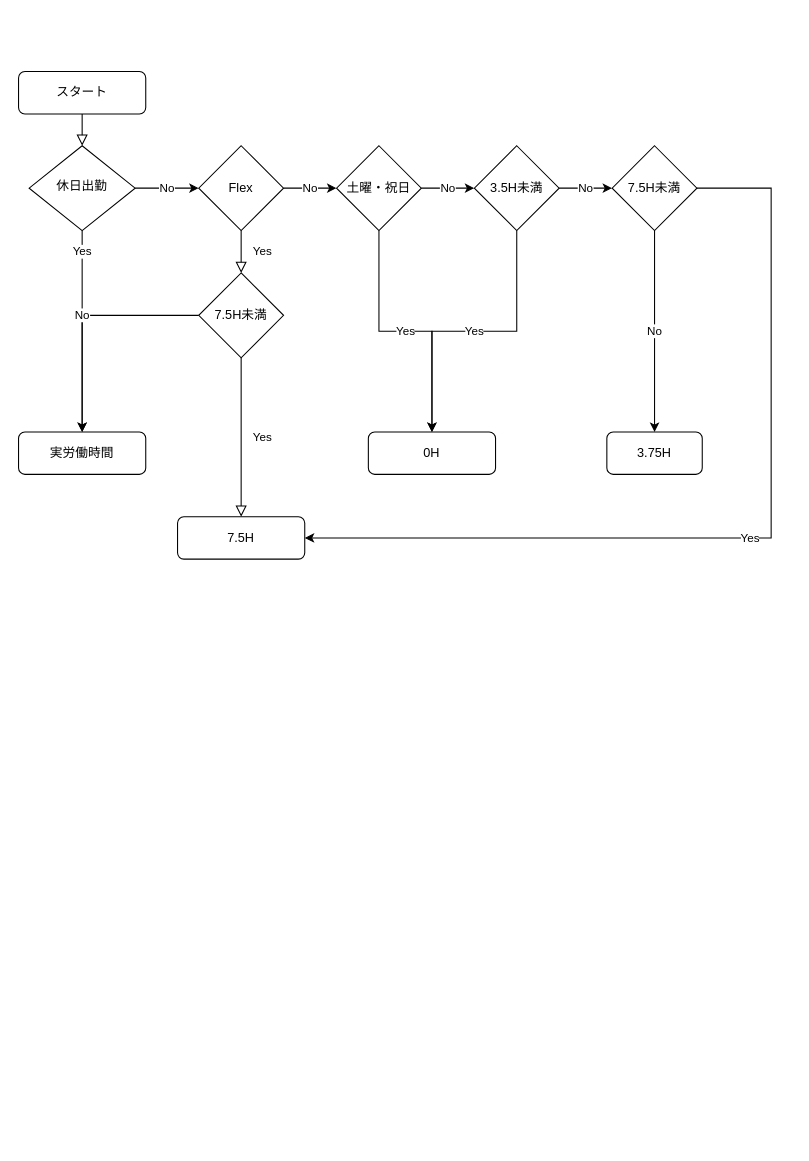
Before: 代休.drawio in o5om3-san/first-git, a draw.io diagram. Source tidied: cells renumbered, new cells numbered last; positions are measured from the earlier drawing's top-left corner, leaving out a move shared by most shapes. Both pictures are drawn from the tidied source at 106%, with x=0, y=0 at pixel (18, 71).
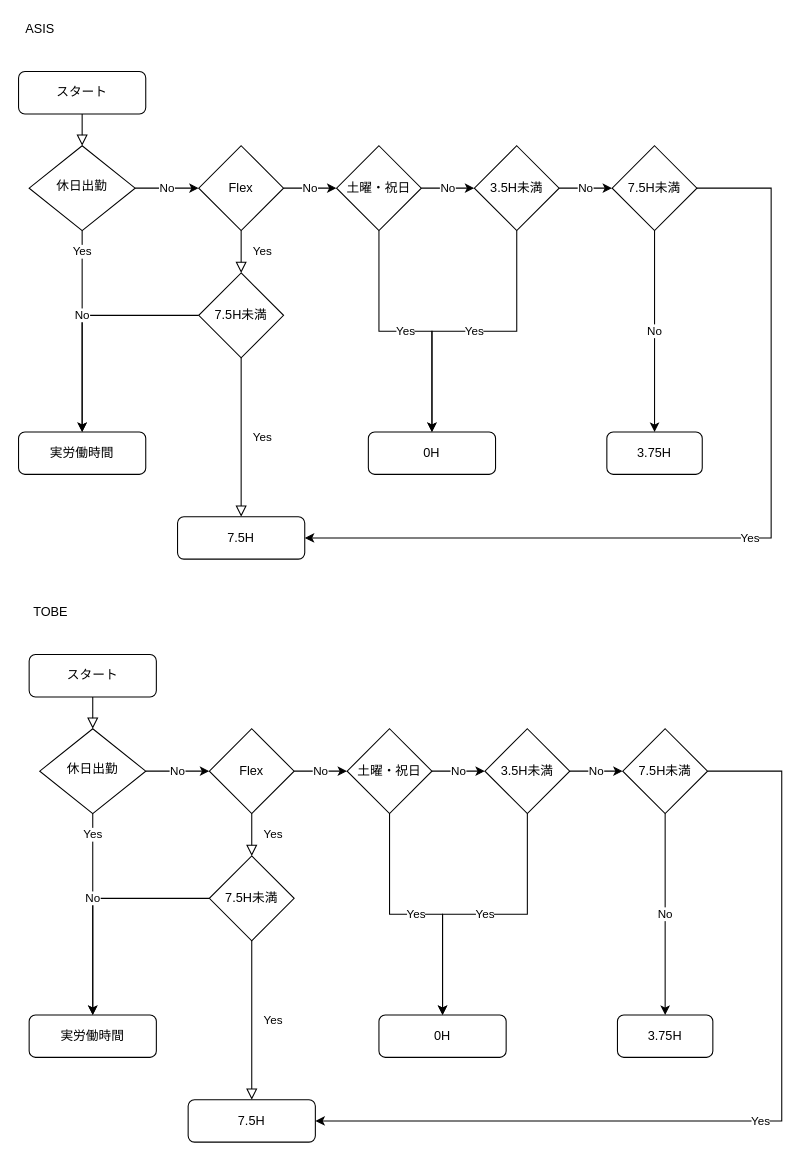
Above is the later version.

The edit, as a diff of the source:
```diff
@@
+    <mxCell id="26" value="ASIS" style="text;html=1;align=center;verticalAlign=middle;" parent="1" vertex="1">
+      <mxGeometry y="-50" width="40" height="20" as="geometry" />
+    </mxCell>
+    <mxCell id="27" style="rounded=0;html=1;jettySize=auto;fontSize=11;endArrow=block;endFill=0;endSize=8;strokeWidth=1;shadow=0;labelBackgroundColor=none;edgeStyle=orthogonalEdgeStyle;" parent="1" edge="1" source="28" target="31">
+      <mxGeometry relative="1" as="geometry" />
+    </mxCell>
+    <mxCell id="28" value="スタート" style="rounded=1;whiteSpace=wrap;html=1;fontSize=12;glass=0;strokeWidth=1;shadow=0;" parent="1" vertex="1">
+      <mxGeometry x="10" y="550" width="120" height="40" as="geometry" />
+    </mxCell>
+    <mxCell id="29" value="Yes" style="edgeStyle=orthogonalEdgeStyle;rounded=0;jettySize=auto;html=1;exitX=0.5;exitY=1;exitDx=0;exitDy=0;entryX=0.5;entryY=0;entryDx=0;entryDy=0;" parent="1" edge="1" source="31" target="32">
+      <mxGeometry x="-0.79" relative="1" as="geometry" />
+    </mxCell>
+    <mxCell id="30" value="No" style="edgeStyle=orthogonalEdgeStyle;rounded=0;jettySize=auto;html=1;" parent="1" edge="1" source="31" target="34">
+      <mxGeometry relative="1" as="geometry" />
+    </mxCell>
+    <mxCell id="31" value="休日出勤" style="rhombus;whiteSpace=wrap;html=1;shadow=0;fontFamily=Helvetica;fontSize=12;align=center;strokeWidth=1;spacing=6;spacingTop=-4;" parent="1" vertex="1">
+      <mxGeometry x="20" y="620" width="100" height="80" as="geometry" />
+    </mxCell>
+    <mxCell id="32" value="実労働時間" style="rounded=1;whiteSpace=wrap;html=1;fontSize=12;glass=0;strokeWidth=1;shadow=0;" parent="1" vertex="1">
+      <mxGeometry x="10" y="890" width="120" height="40" as="geometry" />
+    </mxCell>
+    <mxCell id="33" value="No" style="edgeStyle=orthogonalEdgeStyle;rounded=0;jettySize=auto;html=1;exitX=1;exitY=0.5;exitDx=0;exitDy=0;" parent="1" edge="1" source="34" target="42">
+      <mxGeometry relative="1" as="geometry" />
+    </mxCell>
+    <mxCell id="34" value="Flex" style="rhombus;whiteSpace=wrap;html=1;" parent="1" vertex="1">
+      <mxGeometry x="180" y="620" width="80" height="80" as="geometry" />
+    </mxCell>
+    <mxCell id="35" value="Yes" style="rounded=0;html=1;jettySize=auto;fontSize=11;endArrow=block;endFill=0;endSize=8;strokeWidth=1;shadow=0;labelBackgroundColor=none;edgeStyle=orthogonalEdgeStyle;entryX=0.5;entryY=0;entryDx=0;entryDy=0;exitX=0.5;exitY=1;exitDx=0;exitDy=0;" parent="1" edge="1" source="34" target="37">
+      <mxGeometry y="20" relative="1" as="geometry" />
+    </mxCell>
+    <mxCell id="36" value="No" style="edgeStyle=orthogonalEdgeStyle;rounded=0;jettySize=auto;html=1;exitX=0;exitY=0.5;exitDx=0;exitDy=0;entryX=0.5;entryY=0;entryDx=0;entryDy=0;" parent="1" edge="1" source="37" target="32">
+      <mxGeometry relative="1" as="geometry" />
+    </mxCell>
+    <mxCell id="37" value="7.5H未満" style="rhombus;whiteSpace=wrap;html=1;" parent="1" vertex="1">
+      <mxGeometry x="180" y="740" width="80" height="80" as="geometry" />
+    </mxCell>
+    <mxCell id="38" value="Yes" style="rounded=0;html=1;jettySize=auto;fontSize=11;endArrow=block;endFill=0;endSize=8;strokeWidth=1;shadow=0;labelBackgroundColor=none;edgeStyle=orthogonalEdgeStyle;entryX=0.5;entryY=0;entryDx=0;entryDy=0;" parent="1" edge="1" source="37" target="39">
+      <mxGeometry y="20" relative="1" as="geometry" />
+    </mxCell>
+    <mxCell id="39" value="7.5H" style="rounded=1;whiteSpace=wrap;html=1;fontSize=12;glass=0;strokeWidth=1;shadow=0;" parent="1" vertex="1">
+      <mxGeometry x="160" y="970" width="120" height="40" as="geometry" />
+    </mxCell>
+    <mxCell id="40" value="No" style="edgeStyle=orthogonalEdgeStyle;rounded=0;jettySize=auto;html=1;" parent="1" edge="1" source="42" target="45">
+      <mxGeometry relative="1" as="geometry" />
+    </mxCell>
+    <mxCell id="41" value="Yes" style="edgeStyle=orthogonalEdgeStyle;rounded=0;jettySize=auto;html=1;exitX=0.5;exitY=1;exitDx=0;exitDy=0;entryX=0.5;entryY=0;entryDx=0;entryDy=0;" parent="1" edge="1" source="42" target="49">
+      <mxGeometry relative="1" as="geometry" />
+    </mxCell>
+    <mxCell id="42" value="土曜・祝日" style="rhombus;whiteSpace=wrap;html=1;" parent="1" vertex="1">
+      <mxGeometry x="310" y="620" width="80" height="80" as="geometry" />
+    </mxCell>
+    <mxCell id="43" value="Yes" style="edgeStyle=orthogonalEdgeStyle;rounded=0;jettySize=auto;html=1;entryX=0.5;entryY=0;entryDx=0;entryDy=0;" parent="1" edge="1" source="45" target="49">
+      <mxGeometry relative="1" as="geometry" />
+    </mxCell>
+    <mxCell id="44" value="No" style="edgeStyle=orthogonalEdgeStyle;rounded=0;jettySize=auto;html=1;" parent="1" edge="1" source="45" target="48">
+      <mxGeometry relative="1" as="geometry" />
+    </mxCell>
+    <mxCell id="45" value="3.5H未満" style="rhombus;whiteSpace=wrap;html=1;" parent="1" vertex="1">
+      <mxGeometry x="440" y="620" width="80" height="80" as="geometry" />
+    </mxCell>
+    <mxCell id="46" value="No" style="edgeStyle=orthogonalEdgeStyle;rounded=0;jettySize=auto;html=1;entryX=0.5;entryY=0;entryDx=0;entryDy=0;" parent="1" edge="1" source="48" target="50">
+      <mxGeometry relative="1" as="geometry" />
+    </mxCell>
+    <mxCell id="47" value="Yes" style="edgeStyle=orthogonalEdgeStyle;rounded=0;jettySize=auto;html=1;entryX=1;entryY=0.5;entryDx=0;entryDy=0;" parent="1" edge="1" source="48" target="39">
+      <mxGeometry relative="1" as="geometry">
+        <Array as="points">
+          <mxPoint x="720" y="660" />
+          <mxPoint x="720" y="990" />
+        </Array>
+      </mxGeometry>
+    </mxCell>
+    <mxCell id="48" value="7.5H未満" style="rhombus;whiteSpace=wrap;html=1;" parent="1" vertex="1">
+      <mxGeometry x="570" y="620" width="80" height="80" as="geometry" />
+    </mxCell>
+    <mxCell id="49" value="0H" style="rounded=1;whiteSpace=wrap;html=1;fontSize=12;glass=0;strokeWidth=1;shadow=0;" parent="1" vertex="1">
+      <mxGeometry x="340" y="890" width="120" height="40" as="geometry" />
+    </mxCell>
+    <mxCell id="50" value="3.75H" style="rounded=1;whiteSpace=wrap;html=1;fontSize=12;glass=0;strokeWidth=1;shadow=0;" parent="1" vertex="1">
+      <mxGeometry x="565" y="890" width="90" height="40" as="geometry" />
+    </mxCell>
+    <mxCell id="51" value="TOBE" style="text;html=1;align=center;verticalAlign=middle;" parent="1" vertex="1">
+      <mxGeometry x="5" y="500" width="50" height="20" as="geometry" />
+    </mxCell>
```
